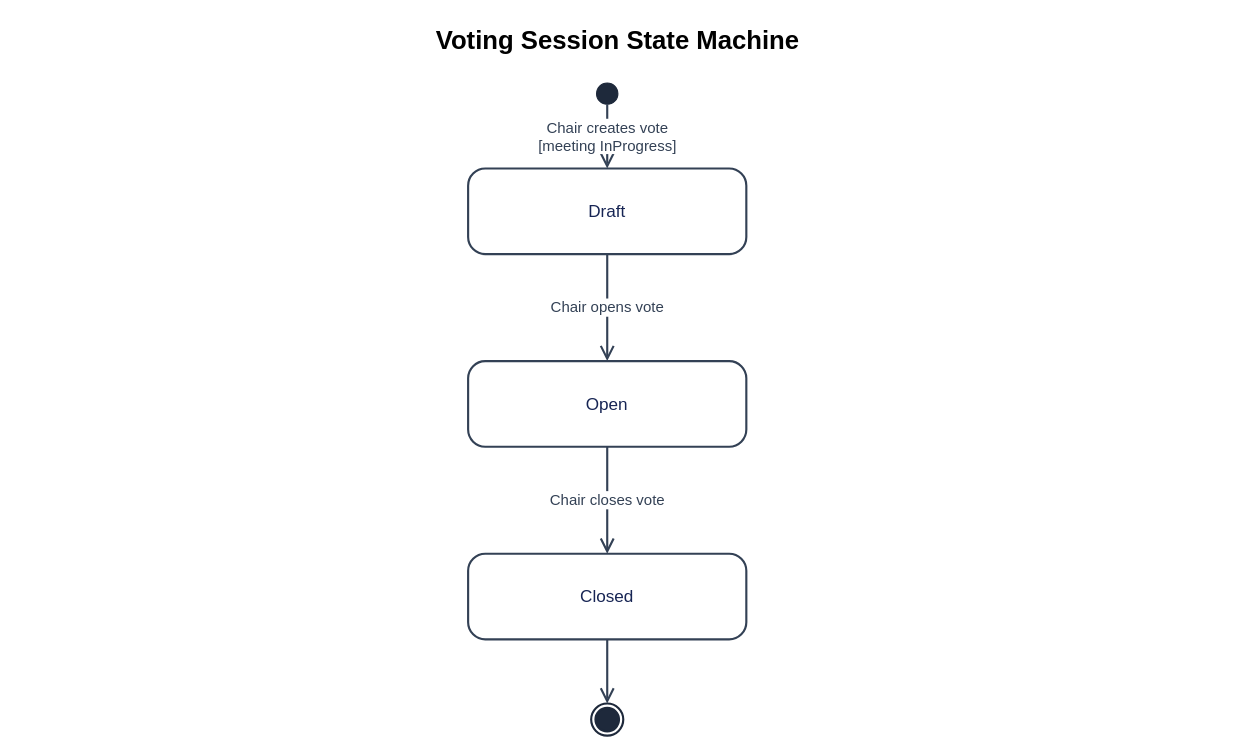
callmehai/FU-FA26-G116 keeps this draw.io diagram as docs/10-statemachine/SM-08_Voting.drawio. Above is the earlier version. Source tidied: cells renumbered, new cells numbered last; positions are measured from the earlier drawing's top-left corner, leaving out a move shared by most shapes. Both pictures are drawn from the tidied source at 107%, with x=0, y=0 at pixel (18, 18).
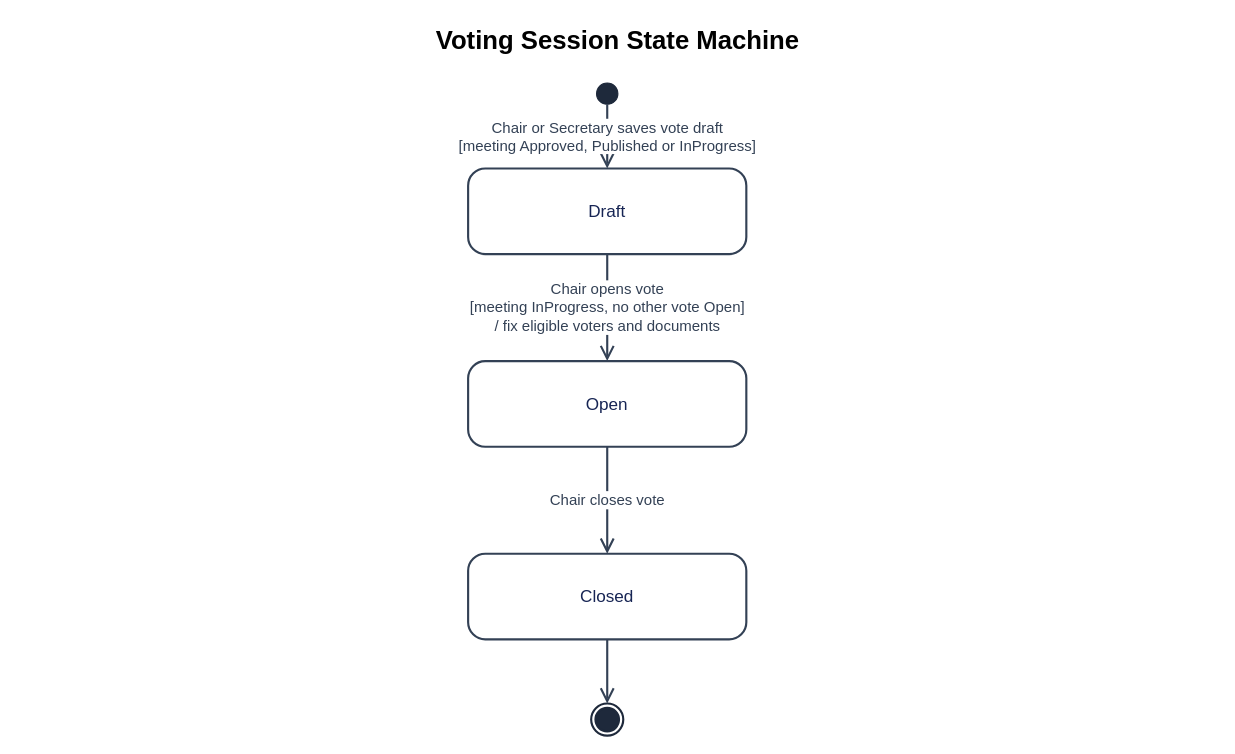
After the change.

Diff of the diagram source:
```diff
@@
 <mxGraphModel background="#ffffff">
   <root>
     <mxCell id="0" />
     <mxCell id="1" parent="0" />
     <mxCell id="2" value="Voting Session State Machine" style="html=1;whiteSpace=wrap;fontFamily=Arial;fontSize=16;text;align=center;fontStyle=1;fontSize=24;" parent="1" vertex="1">
       <mxGeometry width="1120" height="50" as="geometry" />
     </mxCell>
     <mxCell id="3" style="html=1;whiteSpace=wrap;fontFamily=Arial;fontSize=16;ellipse;fillColor=#1e293b;strokeColor=#1e293b;" parent="1" vertex="1">
       <mxGeometry x="540" y="60" width="20" height="20" as="geometry" />
     </mxCell>
     <mxCell id="4" value="Draft" style="html=1;whiteSpace=wrap;fontFamily=Arial;fontSize=16;rounded=1;arcSize=20;fillColor=#ffffff;strokeColor=#334155;fontColor=#172554;strokeWidth=2;" parent="1" vertex="1">
       <mxGeometry x="420" y="140" width="260" height="80" as="geometry" />
     </mxCell>
     <mxCell id="5" value="Open" style="html=1;whiteSpace=wrap;fontFamily=Arial;fontSize=16;rounded=1;arcSize=20;fillColor=#ffffff;strokeColor=#334155;fontColor=#172554;strokeWidth=2;" parent="1" vertex="1">
       <mxGeometry x="420" y="320" width="260" height="80" as="geometry" />
     </mxCell>
     <mxCell id="6" value="Closed" style="html=1;whiteSpace=wrap;fontFamily=Arial;fontSize=16;rounded=1;arcSize=20;fillColor=#ffffff;strokeColor=#334155;fontColor=#172554;strokeWidth=2;" parent="1" vertex="1">
       <mxGeometry x="420" y="500" width="260" height="80" as="geometry" />
     </mxCell>
-    <mxCell id="7" value="Chair creates vote&#10;[meeting InProgress]" style="edgeStyle=orthogonalEdgeStyle;rounded=1;jettySize=auto;html=1;endArrow=open;endSize=10;strokeWidth=2;strokeColor=#334155;fontColor=#334155;fontFamily=Arial;fontSize=14;labelBackgroundColor=#ffffff;exitX=0.5;exitY=1;entryX=0.5;entryY=0;" parent="1" edge="1" source="3" target="4">
+    <mxCell id="7" value="Chair or Secretary saves vote draft&#10;[meeting Approved, Published or InProgress]" style="edgeStyle=orthogonalEdgeStyle;rounded=1;jettySize=auto;html=1;endArrow=open;endSize=10;strokeWidth=2;strokeColor=#334155;fontColor=#334155;fontFamily=Arial;fontSize=14;labelBackgroundColor=#ffffff;exitX=0.5;exitY=1;entryX=0.5;entryY=0;" parent="1" edge="1" source="3" target="4">
       <mxGeometry relative="1" as="geometry" />
     </mxCell>
-    <mxCell id="8" value="Chair opens vote" style="edgeStyle=orthogonalEdgeStyle;rounded=1;jettySize=auto;html=1;endArrow=open;endSize=10;strokeWidth=2;strokeColor=#334155;fontColor=#334155;fontFamily=Arial;fontSize=14;labelBackgroundColor=#ffffff;exitX=0.5;exitY=1;entryX=0.5;entryY=0;" parent="1" edge="1" source="4" target="5">
+    <mxCell id="8" value="Chair opens vote&#10;[meeting InProgress, no other vote Open]&#10;/ fix eligible voters and documents" style="edgeStyle=orthogonalEdgeStyle;rounded=1;jettySize=auto;html=1;endArrow=open;endSize=10;strokeWidth=2;strokeColor=#334155;fontColor=#334155;fontFamily=Arial;fontSize=14;labelBackgroundColor=#ffffff;exitX=0.5;exitY=1;entryX=0.5;entryY=0;" parent="1" edge="1" source="4" target="5">
       <mxGeometry relative="1" as="geometry" />
     </mxCell>
     <mxCell id="9" value="Chair closes vote" style="edgeStyle=orthogonalEdgeStyle;rounded=1;jettySize=auto;html=1;endArrow=open;endSize=10;strokeWidth=2;strokeColor=#334155;fontColor=#334155;fontFamily=Arial;fontSize=14;labelBackgroundColor=#ffffff;exitX=0.5;exitY=1;entryX=0.5;entryY=0;" parent="1" edge="1" source="5" target="6">
       <mxGeometry relative="1" as="geometry" />
     </mxCell>
     <mxCell id="10" style="ellipse;html=1;shape=endState;fillColor=#1e293b;strokeColor=#1e293b;strokeWidth=2;" parent="1" vertex="1">
       <mxGeometry x="535" y="640" width="30" height="30" as="geometry" />
     </mxCell>
     <mxCell id="11" style="edgeStyle=orthogonalEdgeStyle;rounded=1;jettySize=auto;html=1;endArrow=open;endSize=10;strokeWidth=2;strokeColor=#334155;exitX=0.5;exitY=1;entryX=0.5;entryY=0;" parent="1" edge="1" source="6" target="10">
       <mxGeometry relative="1" as="geometry" />
     </mxCell>
   </root>
 </mxGraphModel>
```
